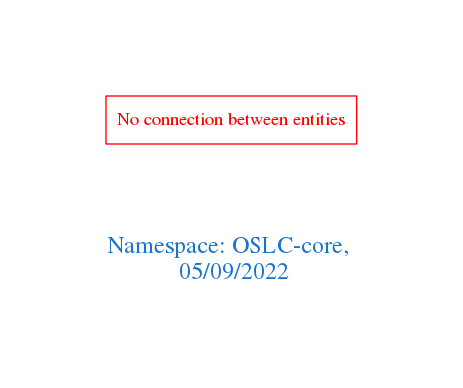
This is downloads/OSLC-core.png from arago/OGIT, a Graphviz export, as it was before one commit. Its source is kept beside it as downloads/OSLC-core.dot.
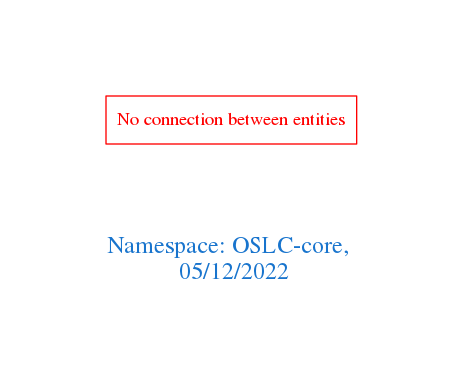
After the commit.

Change to the diagram source:
```diff
@@ -1,7 +1,7 @@
 digraph OGIT_ontology {
  graph [ rankdir= LR,pad=1
 fontsize = 18,
-fontcolor= dodgerblue3,label = "\n\n\nNamespace: OSLC-core, \n 05/09/2022"];
+fontcolor= dodgerblue3,label = "\n\n\nNamespace: OSLC-core, \n 05/12/2022"];
 node[shape=polygon];
 edge [  color="gray81"];
 
```
